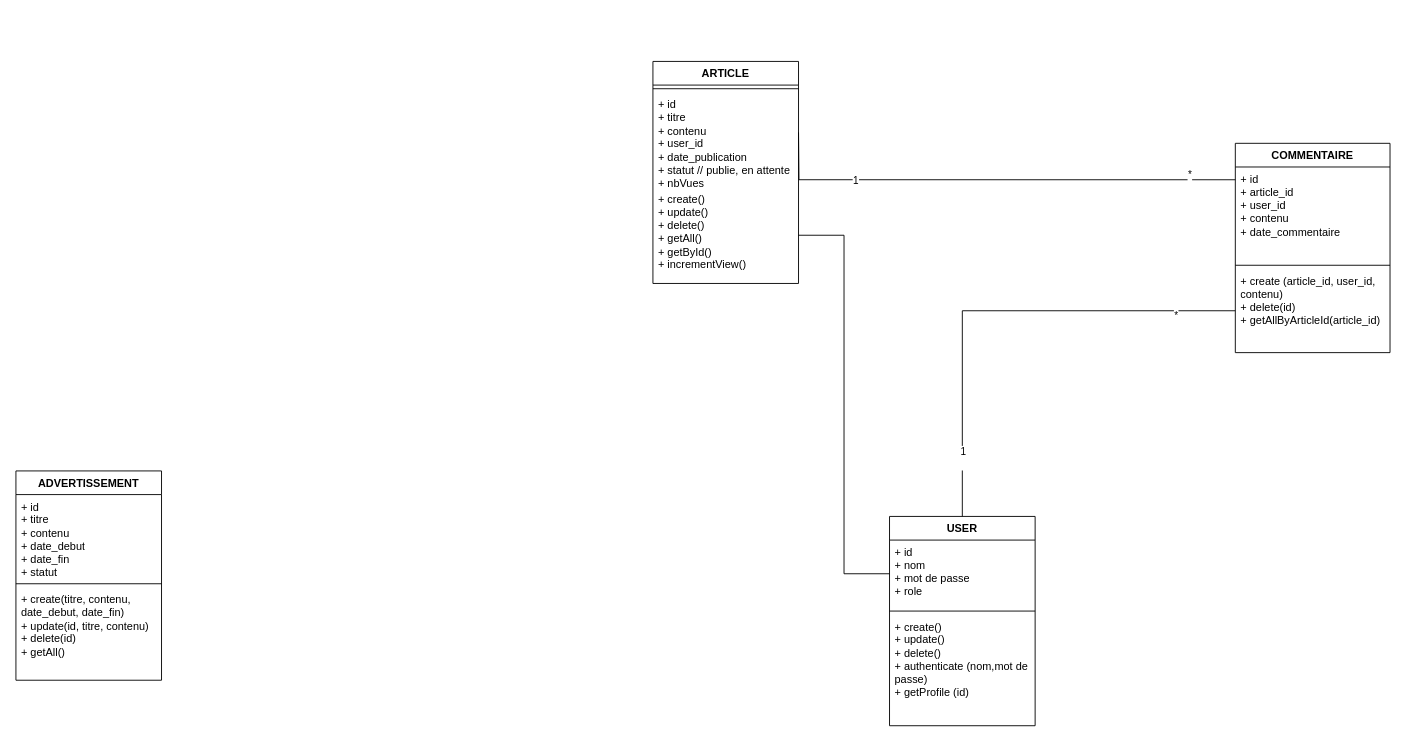
The draw.io diagram HELLO_WORLD.drawio in Bryann-coder/HELLO-WORD, before the edit. Source tidied: cells renumbered, new cells numbered last; positions are measured from the earlier drawing's top-left corner, leaving out a move shared by most shapes. Both pictures are drawn from the tidied source at 91%, with x=0, y=0 at pixel (15, 61).
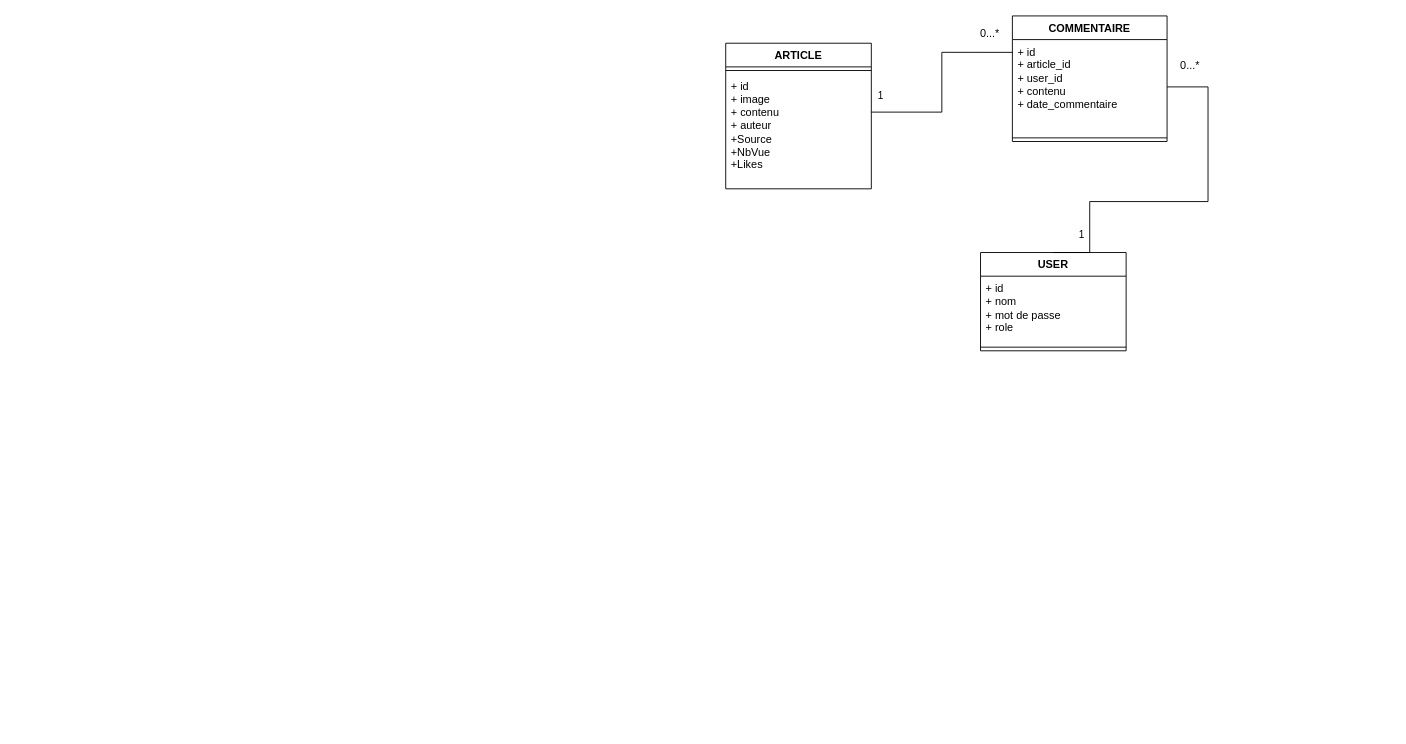
Above is the later version.

Commit message:
Mettre à jour HELLO_WORLD.drawio

The change refers to these unchanged cells:
```xml
<mxCell id="3" value="+ id&lt;div&gt;+ nom&lt;/div&gt;&lt;div&gt;+ mot de passe&lt;/div&gt;&lt;div&gt;+ role&lt;/div&gt;" style="text;strokeColor=none;fillColor=none;align=left;verticalAlign=top;spacingLeft=4;spacingRight=4;overflow=hidden;points=[[0,0.5],[1,0.5]];portConstraint=eastwest;whiteSpace=wrap;html=1;" parent="2" vertex="1">
  <mxGeometry y="26" width="160" height="74" as="geometry" />
</mxCell>
<mxCell id="11" value="+ id&lt;div&gt;+ article_id&lt;/div&gt;&lt;div&gt;+ user_id&lt;/div&gt;&lt;div&gt;+ contenu&lt;/div&gt;&lt;div&gt;+ date_commentaire&lt;/div&gt;" style="text;strokeColor=none;fillColor=none;align=left;verticalAlign=top;spacingLeft=4;spacingRight=4;overflow=hidden;points=[[0,0.5],[1,0.5]];portConstraint=eastwest;whiteSpace=wrap;html=1;" parent="10" vertex="1">
  <mxGeometry y="26" width="170" height="104" as="geometry" />
</mxCell>
```

What changed in the source:
```diff
@@
     <mxCell id="2" value="USER" style="swimlane;fontStyle=1;align=center;verticalAlign=top;horizontal=1;startSize=26;whiteSpace=wrap;html=1;" parent="1" vertex="1">
-      <mxGeometry x="960" y="500" width="160" height="230" as="geometry" />
+      <mxGeometry x="1060" y="210" width="160" height="108" as="geometry" />
     </mxCell>
@@
-    <mxCell id="5" value="+ create()&lt;div&gt;+ update()&lt;/div&gt;&lt;div&gt;+ delete()&lt;/div&gt;&lt;div&gt;+ authenticate (nom,mot de passe)&lt;/div&gt;&lt;div&gt;+ getProfile (id)&lt;/div&gt;" style="text;strokeColor=none;fillColor=none;align=left;verticalAlign=top;spacingLeft=4;spacingRight=4;overflow=hidden;whiteSpace=wrap;html=1;" parent="2" vertex="1">
-      <mxGeometry y="108" width="160" height="122" as="geometry" />
-    </mxCell>
     <mxCell id="6" value="ARTICLE" style="swimlane;fontStyle=1;align=center;verticalAlign=top;horizontal=1;startSize=26;whiteSpace=wrap;html=1;" parent="1" vertex="1">
-      <mxGeometry x="700" width="160" height="244" as="geometry" />
+      <mxGeometry x="780" y="-20" width="160" height="160" as="geometry" />
     </mxCell>
@@
-    <mxCell id="8" value="+ id&lt;div&gt;+ titre&lt;/div&gt;&lt;div&gt;+ contenu&lt;/div&gt;&lt;div&gt;+ user_id&lt;/div&gt;&lt;div&gt;+ date_publication&lt;br&gt;+ statut // publie, en attente&lt;/div&gt;&lt;div&gt;+ nbVues&lt;/div&gt;&lt;div&gt;&lt;br&gt;&lt;/div&gt;" style="text;strokeColor=none;fillColor=none;align=left;verticalAlign=top;spacingLeft=4;spacingRight=4;overflow=hidden;points=[[0,0.5],[1,0.5]];portConstraint=eastwest;whiteSpace=wrap;html=1;" parent="6" vertex="1">
-      <mxGeometry y="34" width="160" height="104" as="geometry" />
+    <mxCell id="8" value="+ id&lt;div&gt;+ image&lt;/div&gt;&lt;div&gt;+ contenu&lt;/div&gt;&lt;div&gt;+ auteur&lt;/div&gt;&lt;div&gt;+Source&lt;/div&gt;&lt;div&gt;+NbVue&lt;/div&gt;&lt;div&gt;+Likes&lt;/div&gt;" style="text;strokeColor=none;fillColor=none;align=left;verticalAlign=top;spacingLeft=4;spacingRight=4;overflow=hidden;points=[[0,0.5],[1,0.5]];portConstraint=eastwest;whiteSpace=wrap;html=1;" parent="6" vertex="1">
+      <mxGeometry y="34" width="160" height="126" as="geometry" />
     </mxCell>
-    <mxCell id="9" value="+ create()&lt;div&gt;+ update()&lt;/div&gt;&lt;div&gt;+ delete()&lt;/div&gt;&lt;div&gt;+ getAll()&lt;/div&gt;&lt;div&gt;+ getById()&lt;/div&gt;&lt;div&gt;+ incrementView()&lt;/div&gt;" style="text;strokeColor=none;fillColor=none;align=left;verticalAlign=top;spacingLeft=4;spacingRight=4;overflow=hidden;points=[[0,0.5],[1,0.5]];portConstraint=eastwest;whiteSpace=wrap;html=1;" parent="6" vertex="1">
-      <mxGeometry y="138" width="160" height="106" as="geometry" />
-    </mxCell>
     <mxCell id="10" value="COMMENTAIRE" style="swimlane;fontStyle=1;align=center;verticalAlign=top;horizontal=1;startSize=26;whiteSpace=wrap;html=1;" parent="1" vertex="1">
-      <mxGeometry x="1340" y="90" width="170" height="230" as="geometry" />
+      <mxGeometry x="1095" y="-50" width="170" height="138" as="geometry" />
     </mxCell>
@@
-    <mxCell id="13" value="+ create (article_id, user_id, contenu)&lt;div&gt;+ delete(id)&lt;/div&gt;&lt;div&gt;+ getAllByArticleId(article_id)&lt;/div&gt;" style="text;strokeColor=none;fillColor=none;align=left;verticalAlign=top;spacingLeft=4;spacingRight=4;overflow=hidden;points=[[0,0.5],[1,0.5]];portConstraint=eastwest;whiteSpace=wrap;html=1;" parent="10" vertex="1">
-      <mxGeometry y="138" width="170" height="92" as="geometry" />
-    </mxCell>
-    <mxCell id="14" value="ADVERTISSEMENT" style="swimlane;fontStyle=1;align=center;verticalAlign=top;horizontal=1;startSize=26;whiteSpace=wrap;html=1;" parent="1" vertex="1">
-      <mxGeometry y="450" width="160" height="230" as="geometry" />
-    </mxCell>
-    <mxCell id="15" value="+ id&amp;nbsp;&lt;div&gt;+ titre&lt;/div&gt;&lt;div&gt;+ contenu&lt;/div&gt;&lt;div&gt;+ date_debut&lt;/div&gt;&lt;div&gt;+ date_fin&lt;/div&gt;&lt;div&gt;+ statut&lt;/div&gt;" style="text;strokeColor=none;fillColor=none;align=left;verticalAlign=top;spacingLeft=4;spacingRight=4;overflow=hidden;whiteSpace=wrap;html=1;" parent="14" vertex="1">
-      <mxGeometry y="26" width="160" height="94" as="geometry" />
-    </mxCell>
-    <mxCell id="16" style="line;strokeWidth=1;fillColor=none;align=left;verticalAlign=middle;spacingTop=-1;spacingLeft=3;spacingRight=3;labelPosition=right;strokeColor=inherit;" parent="14" vertex="1">
-      <mxGeometry y="120" width="160" height="8" as="geometry" />
-    </mxCell>
-    <mxCell id="17" value="+ create(titre, contenu, date_debut, date_fin)&lt;div&gt;+ update(id, titre, contenu)&lt;/div&gt;&lt;div&gt;+ delete(id)&lt;/div&gt;&lt;div&gt;+ getAll()&lt;/div&gt;" style="text;strokeColor=none;fillColor=none;align=left;verticalAlign=top;spacingLeft=4;spacingRight=4;overflow=hidden;whiteSpace=wrap;html=1;" parent="14" vertex="1">
-      <mxGeometry y="128" width="160" height="102" as="geometry" />
-    </mxCell>
-    <mxCell id="18" style="edgeStyle=orthogonalEdgeStyle;rounded=0;jettySize=auto;html=1;entryX=0.5;entryY=0;entryDx=0;entryDy=0;endArrow=none;endFill=0;" parent="1" edge="1" source="13" target="2">
-      <mxGeometry relative="1" as="geometry" />
+    <mxCell id="18" style="edgeStyle=orthogonalEdgeStyle;rounded=0;jettySize=auto;html=1;entryX=0.5;entryY=0;entryDx=0;entryDy=0;endArrow=none;endFill=0;exitX=1;exitY=0.5;exitDx=0;exitDy=0;" parent="1" edge="1" source="11" target="2">
+      <mxGeometry relative="1" as="geometry">
+        <Array as="points">
+          <mxPoint x="1310" y="28" />
+          <mxPoint x="1310" y="154" />
+          <mxPoint x="1180" y="154" />
+        </Array>
+      </mxGeometry>
     </mxCell>
-    <mxCell id="19" value="*" style="edgeLabel;html=1;align=center;verticalAlign=middle;" parent="18" vertex="1">
-      <mxGeometry x="-0.75" y="4" relative="1" as="geometry" />
-    </mxCell>
-    <mxCell id="20" value="1&lt;div&gt;&lt;br&gt;&lt;/div&gt;" style="edgeLabel;html=1;align=center;verticalAlign=middle;" parent="18" vertex="1">
+    <mxCell id="20" value="1" style="edgeLabel;html=1;align=center;verticalAlign=middle;" parent="18" vertex="1">
       <mxGeometry x="0.75" relative="1" as="geometry">
-        <mxPoint y="1" as="offset" />
+        <mxPoint x="-10" y="-10" as="offset" />
       </mxGeometry>
     </mxCell>
-    <mxCell id="21" style="edgeStyle=orthogonalEdgeStyle;rounded=0;jettySize=auto;html=1;entryX=0;entryY=0.135;entryDx=0;entryDy=0;entryPerimeter=0;endArrow=none;endFill=0;" parent="1" edge="1" target="11">
-      <mxGeometry relative="1" as="geometry">
-        <mxPoint x="860" y="78" as="sourcePoint" />
-      </mxGeometry>
+    <mxCell id="21" style="edgeStyle=orthogonalEdgeStyle;rounded=0;jettySize=auto;html=1;entryX=0;entryY=0.135;entryDx=0;entryDy=0;entryPerimeter=0;endArrow=none;endFill=0;exitX=1;exitY=0.331;exitDx=0;exitDy=0;exitPerimeter=0;" parent="1" edge="1" source="8" target="11">
+      <mxGeometry relative="1" as="geometry" />
     </mxCell>
-    <mxCell id="22" value="1" style="edgeLabel;html=1;align=center;verticalAlign=middle;" parent="21" vertex="1">
-      <mxGeometry x="-0.57" relative="1" as="geometry" />
+    <mxCell id="22" value="&lt;font style=&quot;font-size: 12px;&quot;&gt;0...*&lt;/font&gt;" style="edgeLabel;html=1;align=center;verticalAlign=middle;" parent="21" vertex="1">
+      <mxGeometry x="-0.57" relative="1" as="geometry">
+        <mxPoint x="83" y="-86" as="offset" />
+      </mxGeometry>
     </mxCell>
-    <mxCell id="23" value="*&lt;div&gt;&lt;br&gt;&lt;/div&gt;" style="edgeLabel;html=1;align=center;verticalAlign=middle;" parent="21" vertex="1">
+    <mxCell id="23" value="&lt;div&gt;&lt;br&gt;&lt;/div&gt;" style="edgeLabel;html=1;align=center;verticalAlign=middle;" parent="21" vertex="1">
       <mxGeometry x="0.81" y="-1" relative="1" as="geometry" />
     </mxCell>
-    <mxCell id="24" style="edgeStyle=orthogonalEdgeStyle;rounded=0;jettySize=auto;html=1;endArrow=none;endFill=0;" parent="1" edge="1" source="3" target="9">
-      <mxGeometry relative="1" as="geometry" />
-    </mxCell>
+    <mxCell id="25" value="1" style="edgeLabel;html=1;align=center;verticalAlign=middle;" parent="21" vertex="1">
+      <mxGeometry x="-0.56" relative="1" as="geometry">
+        <mxPoint x="-39" y="-18" as="offset" />
+      </mxGeometry>
+    </mxCell>
+    <mxCell id="26" value="0...*" style="text;html=1;align=center;verticalAlign=middle;strokeColor=none;fillColor=none;" parent="1" vertex="1">
+      <mxGeometry x="1270" y="-10" width="40" height="30" as="geometry" />
+    </mxCell>
```
